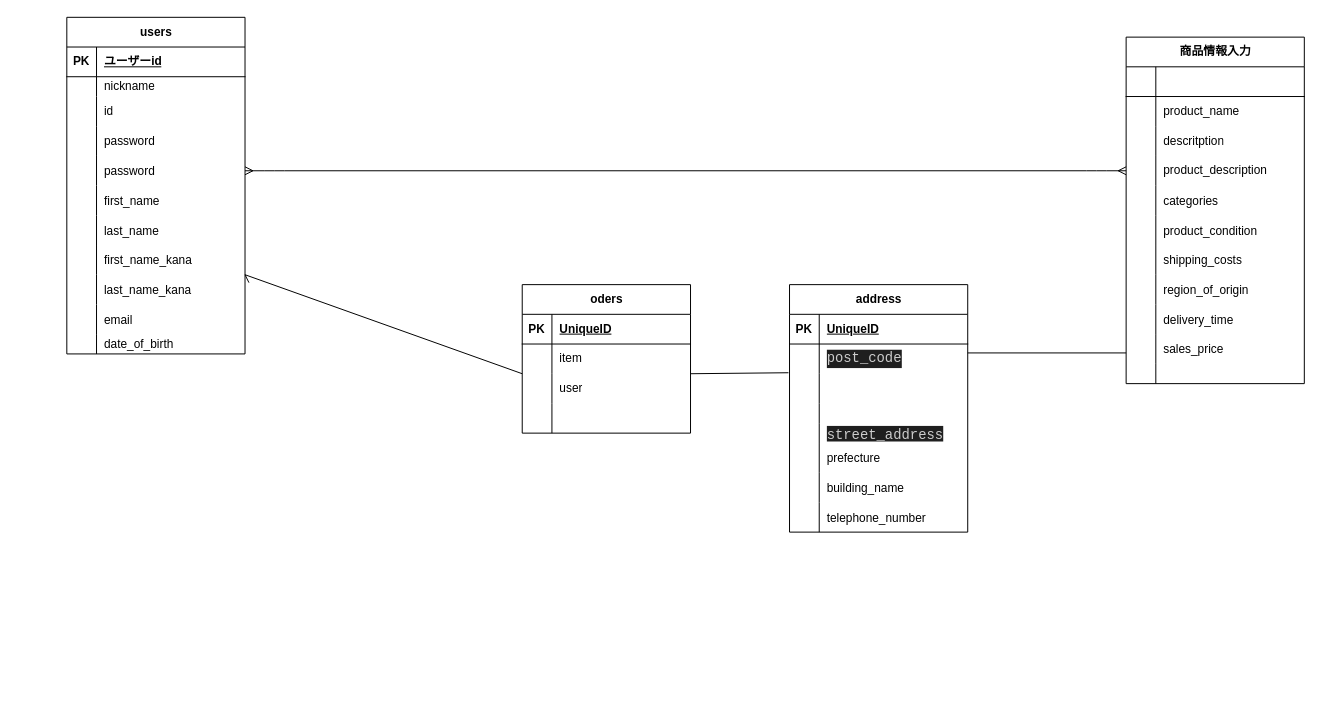
kueitosu401/furima-41964 keeps this draw.io diagram as ERB.dio. Above is the earlier version. Source tidied: cells renumbered, new cells numbered last; positions are measured from the earlier drawing's top-left corner, leaving out a move shared by most shapes. Both pictures are drawn from the tidied source at 99%, with x=0, y=0 at pixel (17, 17).
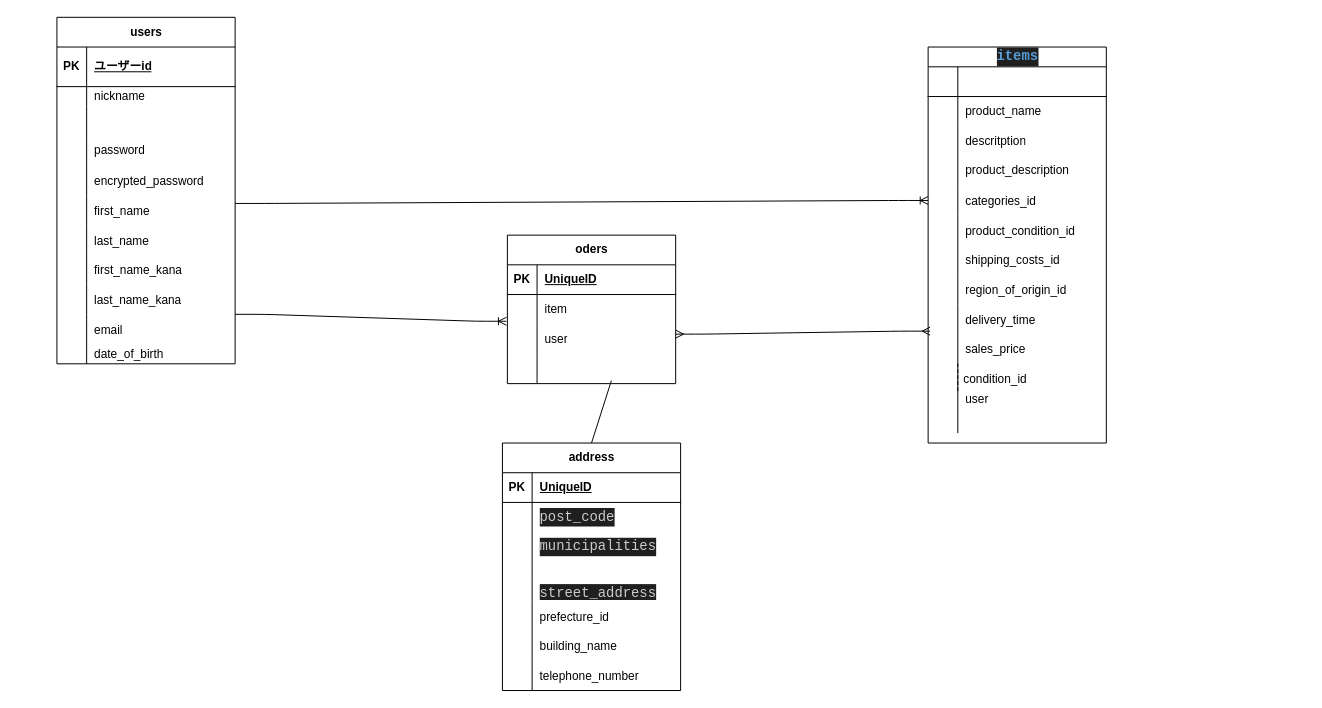
The same page after the edit.

Unchanged cells that the change refers to:
```xml
<mxCell id="81" style="shape=tableRow;horizontal=0;startSize=0;swimlaneHead=0;swimlaneBody=0;fillColor=none;points=[[0,0.5],[1,0.5]];portConstraint=eastwest;top=0;left=0;right=0;bottom=0;" parent="74" vertex="1">
  <mxGeometry y="90" width="180" height="30" as="geometry" />
</mxCell>
<mxCell id="90" style="shape=tableRow;horizontal=0;startSize=0;swimlaneHead=0;swimlaneBody=0;fillColor=none;top=0;left=0;right=0;bottom=0;" parent="74" vertex="1">
  <mxGeometry y="160" width="180" height="30" as="geometry" />
</mxCell>
<mxCell id="107" style="shape=tableRow;horizontal=0;startSize=0;swimlaneHead=0;swimlaneBody=0;fillColor=none;points=[[0,0.5],[1,0.5]];portConstraint=eastwest;top=0;left=0;right=0;bottom=0;" parent="100" vertex="1">
  <mxGeometry y="90" width="170" height="30" as="geometry" />
</mxCell>
<mxCell id="110" style="shape=tableRow;horizontal=0;startSize=0;swimlaneHead=0;swimlaneBody=0;fillColor=none;points=[[0,0.5],[1,0.5]];portConstraint=eastwest;top=0;left=0;right=0;bottom=0;" parent="100" vertex="1">
  <mxGeometry y="120" width="170" height="30" as="geometry" />
</mxCell>
```

Diff of the diagram source:
```diff
@@
     <mxCell id="6" value="users" style="shape=table;startSize=30;childLayout=tableLayout;rowLines=0;fontStyle=1;align=center;html=1;" parent="1" vertex="1">
-      <mxGeometry x="50" width="180" height="340" as="geometry" />
+      <mxGeometry x="40" width="180" height="350" as="geometry" />
     </mxCell>
     <mxCell id="7" style="shape=tableRow;horizontal=0;startSize=0;swimlaneHead=0;swimlaneBody=0;fillColor=none;top=0;left=0;right=0;bottom=1;" parent="6" vertex="1">
-      <mxGeometry y="30" width="180" height="30" as="geometry" />
+      <mxGeometry y="30" width="180" height="40" as="geometry" />
     </mxCell>
     <mxCell id="8" value="PK" style="shape=partialRectangle;fillColor=none;top=0;left=0;bottom=0;right=0;fontStyle=1;overflow=hidden;whiteSpace=wrap;html=1;" parent="7" vertex="1">
-      <mxGeometry width="30" height="30" as="geometry" />
+      <mxGeometry width="30" height="40" as="geometry" />
     </mxCell>
     <mxCell id="9" value="ユーザーid" style="shape=partialRectangle;fillColor=none;top=0;left=0;bottom=0;right=0;align=left;spacingLeft=6;fontStyle=5;overflow=hidden;whiteSpace=wrap;html=1;" parent="7" vertex="1">
-      <mxGeometry x="30" width="150" height="30" as="geometry" />
+      <mxGeometry x="30" width="150" height="40" as="geometry" />
     </mxCell>
     <mxCell id="10" style="shape=tableRow;horizontal=0;startSize=0;swimlaneHead=0;swimlaneBody=0;fillColor=none;top=0;left=0;right=0;bottom=0;" parent="6" vertex="1">
-      <mxGeometry y="60" width="180" height="20" as="geometry" />
+      <mxGeometry y="70" width="180" height="20" as="geometry" />
     </mxCell>
@@
     <mxCell id="13" style="shape=tableRow;horizontal=0;startSize=0;swimlaneHead=0;swimlaneBody=0;fillColor=none;top=0;left=0;right=0;bottom=0;" parent="6" vertex="1">
-      <mxGeometry y="80" width="180" height="30" as="geometry" />
+      <mxGeometry y="90" width="180" height="30" as="geometry" />
     </mxCell>
@@
-    <mxCell id="15" value="id" style="shape=partialRectangle;fillColor=none;top=0;left=0;bottom=0;right=0;align=left;spacingLeft=6;overflow=hidden;whiteSpace=wrap;html=1;" parent="13" vertex="1">
+    <mxCell id="15" style="shape=partialRectangle;fillColor=none;top=0;left=0;bottom=0;right=0;align=left;spacingLeft=6;overflow=hidden;whiteSpace=wrap;html=1;" parent="13" vertex="1">
       <mxGeometry x="30" width="150" height="30" as="geometry" />
     </mxCell>
     <mxCell id="16" style="shape=tableRow;horizontal=0;startSize=0;swimlaneHead=0;swimlaneBody=0;fillColor=none;top=0;left=0;right=0;bottom=0;" parent="6" vertex="1">
-      <mxGeometry y="110" width="180" height="30" as="geometry" />
+      <mxGeometry y="120" width="180" height="30" as="geometry" />
     </mxCell>
@@
     <mxCell id="19" style="shape=tableRow;horizontal=0;startSize=0;swimlaneHead=0;swimlaneBody=0;fillColor=none;points=[[0,0.5],[1,0.5]];portConstraint=eastwest;top=0;left=0;right=0;bottom=0;" parent="6" vertex="1">
-      <mxGeometry y="140" width="180" height="30" as="geometry" />
+      <mxGeometry y="150" width="180" height="30" as="geometry" />
     </mxCell>
@@
-    <mxCell id="21" value="password" style="shape=partialRectangle;fillColor=none;top=0;left=0;bottom=0;right=0;align=left;spacingLeft=6;overflow=hidden;" parent="19" vertex="1">
+    <mxCell id="21" value="encrypted_password" style="shape=partialRectangle;fillColor=none;top=0;left=0;bottom=0;right=0;align=left;spacingLeft=6;overflow=hidden;" parent="19" vertex="1">
       <mxGeometry x="30" width="150" height="30" as="geometry" />
     </mxCell>
     <mxCell id="22" style="shape=tableRow;horizontal=0;startSize=0;swimlaneHead=0;swimlaneBody=0;fillColor=none;points=[[0,0.5],[1,0.5]];portConstraint=eastwest;top=0;left=0;right=0;bottom=0;" parent="6" vertex="1">
-      <mxGeometry y="170" width="180" height="30" as="geometry" />
+      <mxGeometry y="180" width="180" height="30" as="geometry" />
     </mxCell>
@@
     <mxCell id="25" style="shape=tableRow;horizontal=0;startSize=0;swimlaneHead=0;swimlaneBody=0;fillColor=none;top=0;left=0;right=0;bottom=0;" parent="6" vertex="1">
-      <mxGeometry y="200" width="180" height="30" as="geometry" />
+      <mxGeometry y="210" width="180" height="30" as="geometry" />
     </mxCell>
@@
     <mxCell id="28" style="shape=tableRow;horizontal=0;startSize=0;swimlaneHead=0;swimlaneBody=0;fillColor=none;top=0;left=0;right=0;bottom=0;" parent="6" vertex="1">
-      <mxGeometry y="230" width="180" height="30" as="geometry" />
+      <mxGeometry y="240" width="180" height="30" as="geometry" />
     </mxCell>
@@
     <mxCell id="31" style="shape=tableRow;horizontal=0;startSize=0;swimlaneHead=0;swimlaneBody=0;fillColor=none;points=[[0,0.5],[1,0.5]];portConstraint=eastwest;top=0;left=0;right=0;bottom=0;" parent="6" vertex="1">
-      <mxGeometry y="260" width="180" height="30" as="geometry" />
+      <mxGeometry y="270" width="180" height="30" as="geometry" />
     </mxCell>
@@
     <mxCell id="34" style="shape=tableRow;horizontal=0;startSize=0;swimlaneHead=0;swimlaneBody=0;fillColor=none;top=0;left=0;right=0;bottom=0;" parent="6" vertex="1">
-      <mxGeometry y="290" width="180" height="30" as="geometry" />
+      <mxGeometry y="300" width="180" height="30" as="geometry" />
     </mxCell>
@@
     <mxCell id="37" style="shape=tableRow;horizontal=0;startSize=0;swimlaneHead=0;swimlaneBody=0;fillColor=none;top=0;left=0;right=0;bottom=0;" parent="6" vertex="1">
-      <mxGeometry y="320" width="180" height="20" as="geometry" />
+      <mxGeometry y="330" width="180" height="20" as="geometry" />
     </mxCell>
@@
-    <mxCell id="40" value="商品情報入力" style="shape=table;startSize=30;childLayout=tableLayout;rowLines=0;fontStyle=1;align=center;html=1;" parent="1" vertex="1">
-      <mxGeometry x="1120" y="20" width="180" height="350" as="geometry" />
+    <mxCell id="40" value="&lt;div style=&quot;color: rgb(204, 204, 204); background-color: rgb(31, 31, 31); font-family: Consolas, &amp;quot;Courier New&amp;quot;, monospace; font-weight: normal; font-size: 14px; line-height: 19px; white-space-collapse: preserve;&quot;&gt;&lt;span style=&quot;color: #569cd6;font-weight: bold;&quot;&gt;items&lt;/span&gt;&lt;/div&gt;" style="shape=table;startSize=20;childLayout=tableLayout;rowLines=0;fontStyle=1;align=center;html=1;" parent="1" vertex="1">
+      <mxGeometry x="920" y="30" width="180" height="400" as="geometry" />
     </mxCell>
     <mxCell id="41" style="shape=tableRow;horizontal=0;startSize=0;swimlaneHead=0;swimlaneBody=0;fillColor=none;top=0;left=0;right=0;bottom=1;" parent="40" vertex="1">
-      <mxGeometry y="30" width="180" height="30" as="geometry" />
+      <mxGeometry y="20" width="180" height="30" as="geometry" />
     </mxCell>
@@
     <mxCell id="44" style="shape=tableRow;horizontal=0;startSize=0;swimlaneHead=0;swimlaneBody=0;fillColor=none;top=0;left=0;right=0;bottom=0;" parent="40" vertex="1">
-      <mxGeometry y="60" width="180" height="30" as="geometry" />
+      <mxGeometry y="50" width="180" height="30" as="geometry" />
     </mxCell>
@@
     <mxCell id="47" style="shape=tableRow;horizontal=0;startSize=0;swimlaneHead=0;swimlaneBody=0;fillColor=none;top=0;left=0;right=0;bottom=0;" parent="40" vertex="1">
-      <mxGeometry y="90" width="180" height="30" as="geometry" />
+      <mxGeometry y="80" width="180" height="30" as="geometry" />
     </mxCell>
@@
     <mxCell id="50" style="shape=tableRow;horizontal=0;startSize=0;swimlaneHead=0;swimlaneBody=0;fillColor=none;points=[[0,0.5],[1,0.5]];portConstraint=eastwest;top=0;left=0;right=0;bottom=0;" parent="40" vertex="1">
-      <mxGeometry y="120" width="180" height="30" as="geometry" />
+      <mxGeometry y="110" width="180" height="30" as="geometry" />
     </mxCell>
@@
     <mxCell id="53" style="shape=tableRow;horizontal=0;startSize=0;swimlaneHead=0;swimlaneBody=0;fillColor=none;points=[[0,0.5],[1,0.5]];portConstraint=eastwest;top=0;left=0;right=0;bottom=0;" parent="40" vertex="1">
-      <mxGeometry y="150" width="180" height="30" as="geometry" />
+      <mxGeometry y="140" width="180" height="30" as="geometry" />
     </mxCell>
@@
-    <mxCell id="55" value="categories" style="shape=partialRectangle;fillColor=none;top=0;left=0;bottom=0;right=0;align=left;spacingLeft=6;overflow=hidden;" parent="53" vertex="1">
+    <mxCell id="55" value="categories_id" style="shape=partialRectangle;fillColor=none;top=0;left=0;bottom=0;right=0;align=left;spacingLeft=6;overflow=hidden;" parent="53" vertex="1">
       <mxGeometry x="30" width="150" height="30" as="geometry" />
     </mxCell>
     <mxCell id="56" style="shape=tableRow;horizontal=0;startSize=0;swimlaneHead=0;swimlaneBody=0;fillColor=none;top=0;left=0;right=0;bottom=0;" parent="40" vertex="1">
-      <mxGeometry y="180" width="180" height="30" as="geometry" />
+      <mxGeometry y="170" width="180" height="30" as="geometry" />
     </mxCell>
@@
-    <mxCell id="58" value="product_condition" style="shape=partialRectangle;fillColor=none;top=0;left=0;bottom=0;right=0;align=left;spacingLeft=6;overflow=hidden;" parent="56" vertex="1">
+    <mxCell id="58" value="product_condition_id" style="shape=partialRectangle;fillColor=none;top=0;left=0;bottom=0;right=0;align=left;spacingLeft=6;overflow=hidden;" parent="56" vertex="1">
       <mxGeometry x="30" width="150" height="30" as="geometry" />
     </mxCell>
     <mxCell id="59" style="shape=tableRow;horizontal=0;startSize=0;swimlaneHead=0;swimlaneBody=0;fillColor=none;top=0;left=0;right=0;bottom=0;" parent="40" vertex="1">
-      <mxGeometry y="210" width="180" height="30" as="geometry" />
+      <mxGeometry y="200" width="180" height="30" as="geometry" />
     </mxCell>
@@
-    <mxCell id="61" value="shipping_costs" style="shape=partialRectangle;fillColor=none;top=0;left=0;bottom=0;right=0;align=left;spacingLeft=6;overflow=hidden;" parent="59" vertex="1">
+    <mxCell id="61" value="shipping_costs_id" style="shape=partialRectangle;fillColor=none;top=0;left=0;bottom=0;right=0;align=left;spacingLeft=6;overflow=hidden;" parent="59" vertex="1">
       <mxGeometry x="30" width="150" height="30" as="geometry" />
     </mxCell>
     <mxCell id="62" style="shape=tableRow;horizontal=0;startSize=0;swimlaneHead=0;swimlaneBody=0;fillColor=none;top=0;left=0;right=0;bottom=0;" parent="40" vertex="1">
-      <mxGeometry y="240" width="180" height="30" as="geometry" />
+      <mxGeometry y="230" width="180" height="30" as="geometry" />
     </mxCell>
@@
-    <mxCell id="64" value="region_of_origin" style="shape=partialRectangle;fillColor=none;top=0;left=0;bottom=0;right=0;align=left;spacingLeft=6;overflow=hidden;" parent="62" vertex="1">
+    <mxCell id="64" value="region_of_origin_id" style="shape=partialRectangle;fillColor=none;top=0;left=0;bottom=0;right=0;align=left;spacingLeft=6;overflow=hidden;" parent="62" vertex="1">
       <mxGeometry x="30" width="150" height="30" as="geometry" />
     </mxCell>
     <mxCell id="65" style="shape=tableRow;horizontal=0;startSize=0;swimlaneHead=0;swimlaneBody=0;fillColor=none;top=0;left=0;right=0;bottom=0;" parent="40" vertex="1">
-      <mxGeometry y="270" width="180" height="30" as="geometry" />
+      <mxGeometry y="260" width="180" height="30" as="geometry" />
     </mxCell>
@@
     <mxCell id="68" style="shape=tableRow;horizontal=0;startSize=0;swimlaneHead=0;swimlaneBody=0;fillColor=none;top=0;left=0;right=0;bottom=0;" parent="40" vertex="1">
-      <mxGeometry y="300" width="180" height="30" as="geometry" />
+      <mxGeometry y="290" width="180" height="30" as="geometry" />
     </mxCell>
@@
     <mxCell id="71" style="shape=tableRow;horizontal=0;startSize=0;swimlaneHead=0;swimlaneBody=0;fillColor=none;top=0;left=0;right=0;bottom=0;" parent="40" vertex="1">
-      <mxGeometry y="330" width="180" height="20" as="geometry" />
+      <mxGeometry y="320" width="180" height="70" as="geometry" />
     </mxCell>
     <mxCell id="72" style="shape=partialRectangle;fillColor=none;top=0;left=0;bottom=0;right=0;overflow=hidden;" parent="71" vertex="1">
-      <mxGeometry width="30" height="20" as="geometry" />
+      <mxGeometry width="30" height="70" as="geometry" />
     </mxCell>
-    <mxCell id="73" style="shape=partialRectangle;fillColor=none;top=0;left=0;bottom=0;right=0;align=left;spacingLeft=6;overflow=hidden;" parent="71" vertex="1">
-      <mxGeometry x="30" width="150" height="20" as="geometry" />
+    <mxCell id="73" value="user" style="shape=partialRectangle;fillColor=none;top=0;left=0;bottom=0;right=0;align=left;spacingLeft=6;overflow=hidden;" parent="71" vertex="1">
+      <mxGeometry x="30" width="150" height="70" as="geometry" />
     </mxCell>
     <mxCell id="74" value="address" style="shape=table;startSize=30;childLayout=tableLayout;rowLines=0;fontStyle=1;align=center;html=1;" parent="1" vertex="1">
-      <mxGeometry x="780" y="270" width="180" height="250" as="geometry" />
+      <mxGeometry x="490" y="430" width="180" height="250" as="geometry" />
     </mxCell>
@@
-    <mxCell id="83" style="shape=partialRectangle;fillColor=none;top=0;left=0;bottom=0;right=0;align=left;spacingLeft=6;overflow=hidden;whiteSpace=wrap;html=1;" parent="81" vertex="1">
+    <mxCell id="83" value="&lt;div style=&quot;color: rgb(204, 204, 204); background-color: rgb(31, 31, 31); font-family: Consolas, &amp;quot;Courier New&amp;quot;, monospace; font-size: 14px; line-height: 19px; white-space: pre;&quot;&gt;&lt;span style=&quot;color: #cccccc;&quot;&gt;municipalities&lt;/span&gt;&lt;/div&gt;" style="shape=partialRectangle;fillColor=none;top=0;left=0;bottom=0;right=0;align=left;spacingLeft=6;overflow=hidden;whiteSpace=wrap;html=1;" parent="81" vertex="1">
       <mxGeometry x="30" width="150" height="30" as="geometry" />
     </mxCell>
@@
-    <mxCell id="92" value="prefecture" style="shape=partialRectangle;fillColor=none;top=0;left=0;bottom=0;right=0;align=left;spacingLeft=6;overflow=hidden;" parent="90" vertex="1">
+    <mxCell id="92" value="prefecture_id" style="shape=partialRectangle;fillColor=none;top=0;left=0;bottom=0;right=0;align=left;spacingLeft=6;overflow=hidden;" parent="90" vertex="1">
       <mxGeometry x="30" width="150" height="30" as="geometry" />
     </mxCell>
@@
-    <mxCell id="99" style="edgeStyle=entityRelationEdgeStyle;fontSize=12;html=1;endArrow=ERmany;startArrow=ERmany;entryX=0;entryY=0.5;entryDx=0;entryDy=0;" parent="1" edge="1" source="19" target="50">
-      <mxGeometry relative="1" as="geometry" />
-    </mxCell>
     <mxCell id="100" value="oders" style="shape=table;startSize=30;childLayout=tableLayout;rowLines=0;fontStyle=1;align=center;html=1;" parent="1" vertex="1">
-      <mxGeometry x="510" y="270" width="170" height="150" as="geometry" />
+      <mxGeometry x="495" y="220" width="170" height="150" as="geometry" />
     </mxCell>
@@
-    <mxCell id="113" style="endArrow=none;html=1;rounded=0;exitX=1.022;exitY=0.267;exitDx=0;exitDy=0;exitPerimeter=0;" parent="1" edge="1" source="31">
-      <mxGeometry relative="1" as="geometry">
-        <mxPoint x="510" y="360" as="targetPoint" />
-        <Array as="points">
-          <mxPoint x="230" y="260" />
-        </Array>
-      </mxGeometry>
-    </mxCell>
-    <mxCell id="114" style="endArrow=none;html=1;rounded=0;" parent="1" edge="1">
-      <mxGeometry relative="1" as="geometry">
-        <mxPoint x="960" y="339" as="sourcePoint" />
-        <mxPoint x="1120" y="339" as="targetPoint" />
-      </mxGeometry>
-    </mxCell>
-    <mxCell id="115" style="endArrow=none;html=1;rounded=0;entryX=-0.006;entryY=-0.033;entryDx=0;entryDy=0;entryPerimeter=0;" parent="1" edge="1" target="81">
-      <mxGeometry relative="1" as="geometry">
-        <mxPoint x="680" y="360" as="sourcePoint" />
-      </mxGeometry>
-    </mxCell>
+    <mxCell id="116" value="condition_id" style="shape=partialRectangle;fillColor=none;align=left;verticalAlign=middle;strokeColor=none;spacingLeft=34;" parent="1" vertex="1">
+      <mxGeometry x="920" y="350" width="90" height="30" as="geometry" />
+    </mxCell>
+    <mxCell id="117" style="shape=partialRectangle;top=0;left=0;bottom=0;fillColor=none;stokeWidth=1;dashed=1;align=left;verticalAlign=middle;spacingLeft=4;spacingRight=4;overflow=hidden;" parent="116" vertex="1">
+      <mxGeometry width="30" height="30" as="geometry" />
+    </mxCell>
+    <mxCell id="118" style="edgeStyle=entityRelationEdgeStyle;fontSize=12;html=1;endArrow=ERoneToMany;exitX=1;exitY=0.267;exitDx=0;exitDy=0;exitPerimeter=0;entryX=0;entryY=0.5;entryDx=0;entryDy=0;" parent="1" edge="1" source="22" target="53">
+      <mxGeometry relative="1" as="geometry" />
+    </mxCell>
+    <mxCell id="119" style="edgeStyle=entityRelationEdgeStyle;fontSize=12;html=1;endArrow=ERoneToMany;entryX=-0.006;entryY=-0.1;entryDx=0;entryDy=0;entryPerimeter=0;" parent="1" edge="1" target="107">
+      <mxGeometry relative="1" as="geometry">
+        <mxPoint x="220" y="300" as="sourcePoint" />
+      </mxGeometry>
+    </mxCell>
+    <mxCell id="120" style="edgeStyle=entityRelationEdgeStyle;fontSize=12;html=1;endArrow=ERmany;startArrow=ERmany;" parent="1" edge="1">
+      <mxGeometry relative="1" as="geometry">
+        <mxPoint x="665" y="320" as="sourcePoint" />
+        <mxPoint x="922" y="317" as="targetPoint" />
+      </mxGeometry>
+    </mxCell>
+    <mxCell id="121" style="endArrow=none;html=1;rounded=0;entryX=0.618;entryY=0.9;entryDx=0;entryDy=0;entryPerimeter=0;exitX=0.5;exitY=0;exitDx=0;exitDy=0;" parent="1" edge="1" source="74" target="110">
+      <mxGeometry relative="1" as="geometry" />
+    </mxCell>
```
